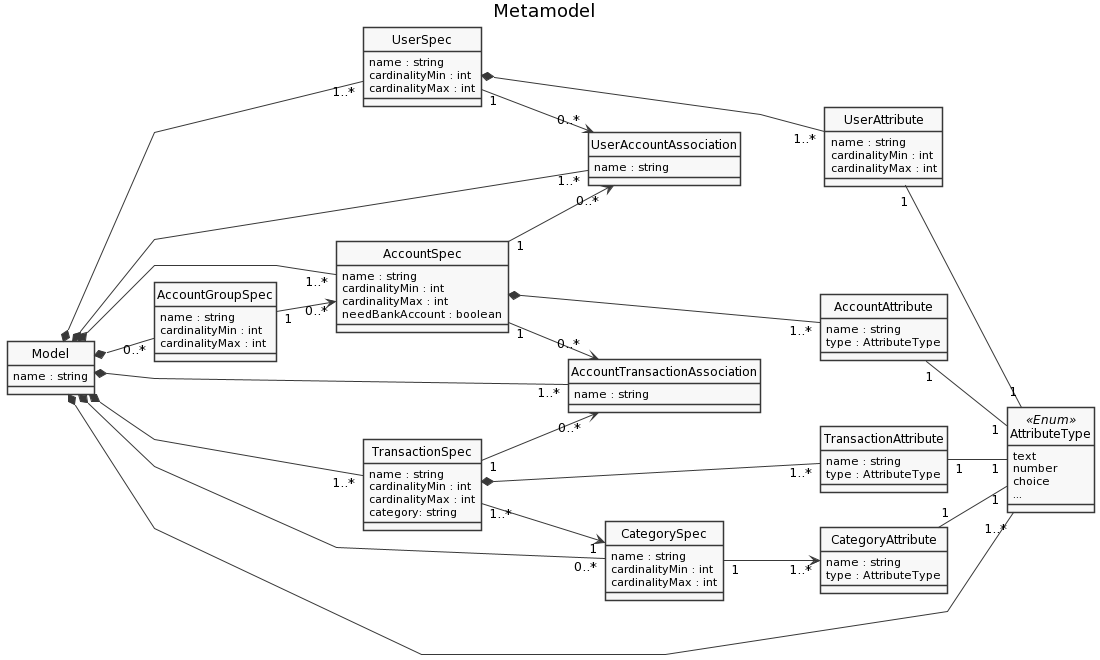
PeFerreira98/ISEP.Master.EDOM_2021 keeps this PlantUML diagram as diagrams/metamodel_v3.png. Above is the earlier version.
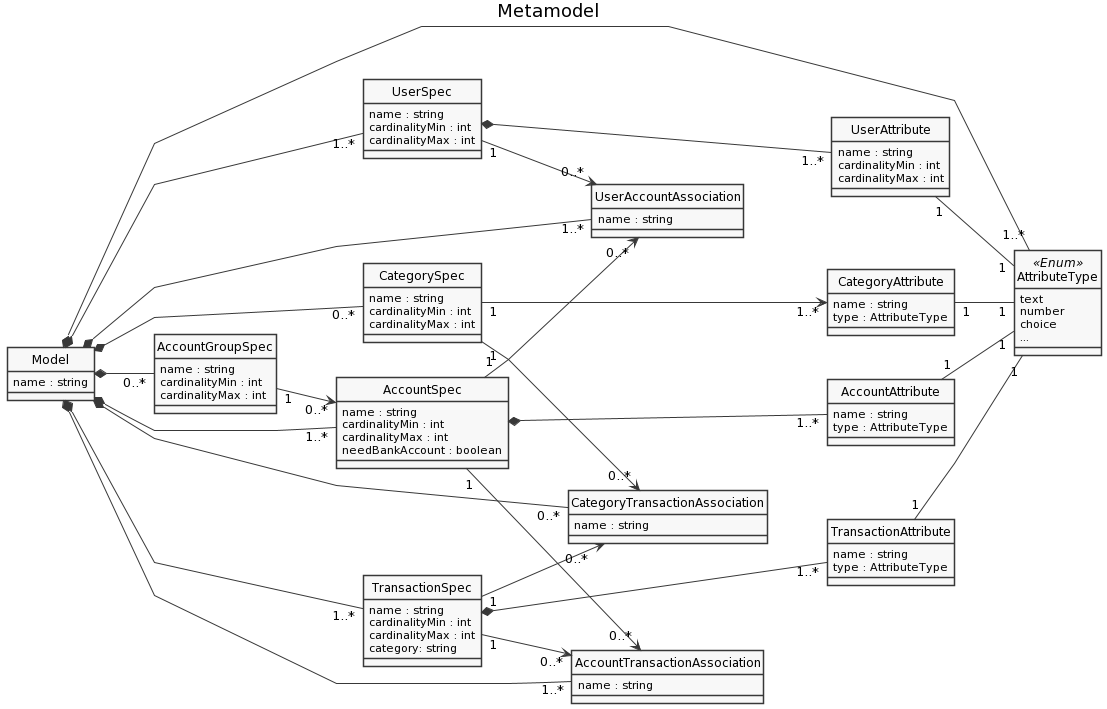
The same file after the commit.

Diff of the diagram source:
```diff
@@ -74,6 +74,10 @@
     name : string
 }
 
+class CategoryTransactionAssociation {
+    name : string
+}
+
 class AttributeType <<Enum>> {
     text
     number
@@ -106,9 +110,12 @@
 TransactionSpec "1" --> "0..*" AccountTransactionAssociation
 
 Model *- "0..*" CategorySpec
+Model *- "0..*" CategoryTransactionAssociation
 CategorySpec "1" --> "1..*" CategoryAttribute
 CategoryAttribute "1" -- "1" AttributeType
-TransactionSpec "1..*" --> "1" CategorySpec
+TransactionSpec "1" --> "0..*" CategoryTransactionAssociation
+CategorySpec "1" --> "0..*" CategoryTransactionAssociation
+
 
 hide circle
 @enduml
```
